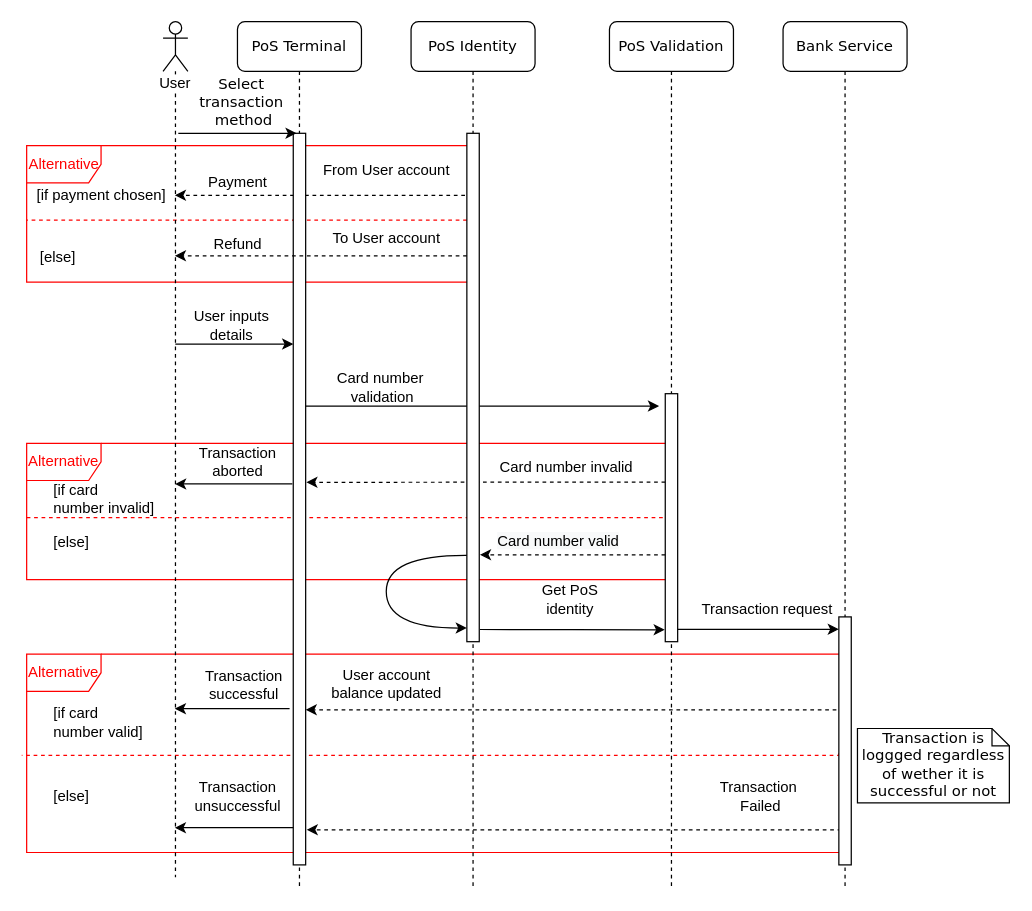
Earlier version of the draw.io diagram docs/UMLDiagrams/SequenceDiagram.drawio (TomStrong/Com528-Assessment). Source tidied: cells renumbered, new cells numbered last; positions are measured from the earlier drawing's top-left corner, leaving out a move shared by most shapes. Both pictures are drawn from the tidied source at 124%, with x=0, y=0 at pixel (26, 21).
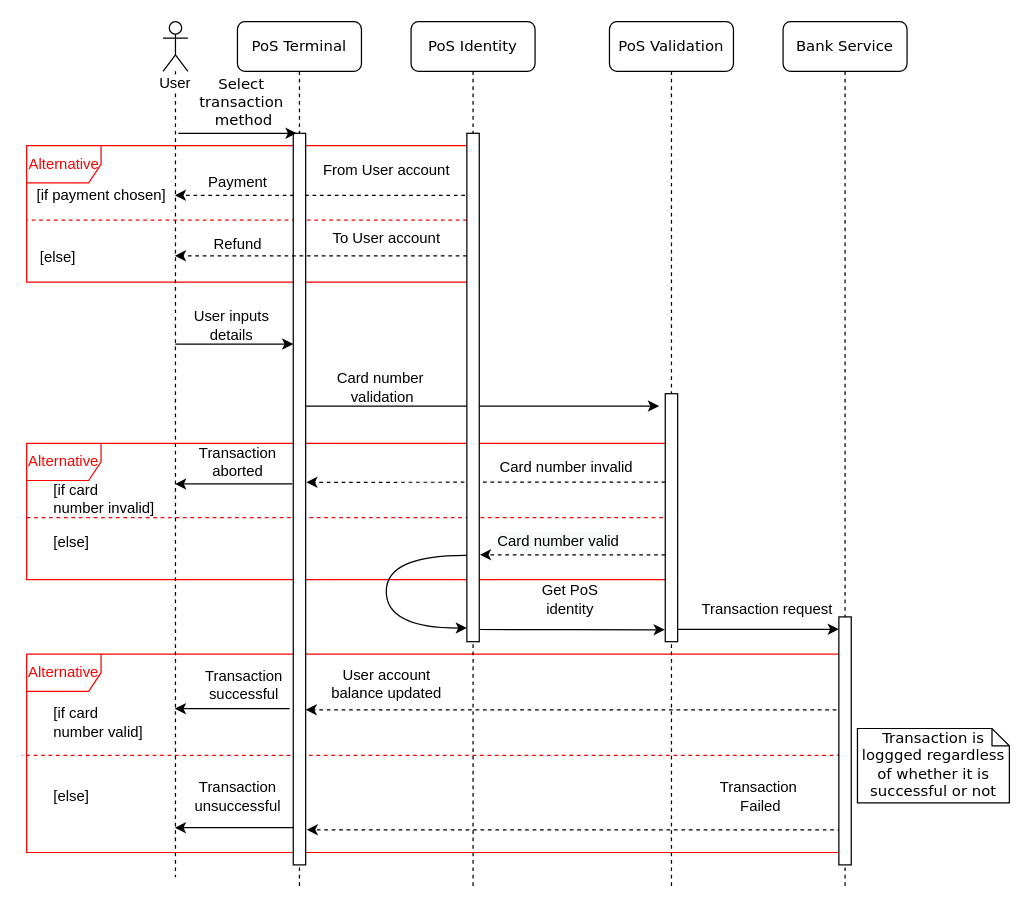
After the change.

Commit message (it also covers changes not shown here):
fixed typo in SequenceDiagram and began documentation of ICONIX process

Diff of the diagram source:
```diff
@@
-    <mxCell id="51" value="&lt;div&gt;Transaction is loggged regardless of wether it is successful or not&lt;/div&gt;" style="shape=note;whiteSpace=wrap;html=1;size=14;verticalAlign=top;align=center;spacingTop=-6;rounded=0;shadow=0;comic=0;labelBackgroundColor=none;strokeWidth=1;fontFamily=Verdana;fontSize=12;" parent="1" vertex="1">
+    <mxCell id="51" value="&lt;div&gt;Transaction is loggged regardless of whether it is successful or not&lt;/div&gt;" style="shape=note;whiteSpace=wrap;html=1;size=14;verticalAlign=top;align=center;spacingTop=-6;rounded=0;shadow=0;comic=0;labelBackgroundColor=none;strokeWidth=1;fontFamily=Verdana;fontSize=12;" parent="1" vertex="1">
       <mxGeometry x="670" y="570" width="122.5" height="60" as="geometry" />
     </mxCell>
```
